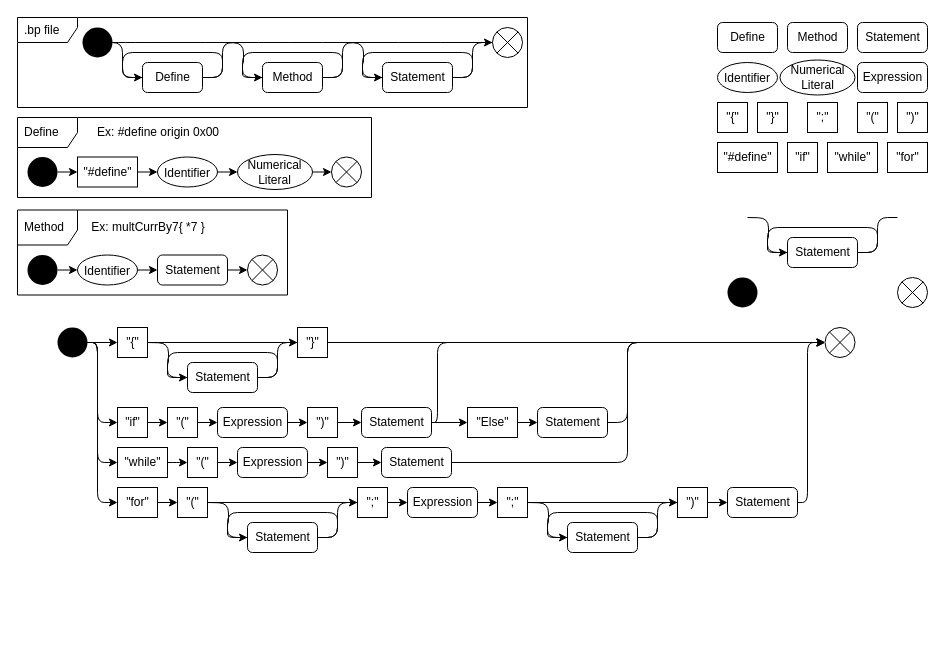
Before: AST_design.drawio in tjl4709/brainplus, a draw.io diagram. Source tidied: cells renumbered, new cells numbered last; positions are measured from the earlier drawing's top-left corner, leaving out a move shared by most shapes. Both pictures are drawn from the tidied source at 100%, with x=0, y=0 at pixel (17, 17).
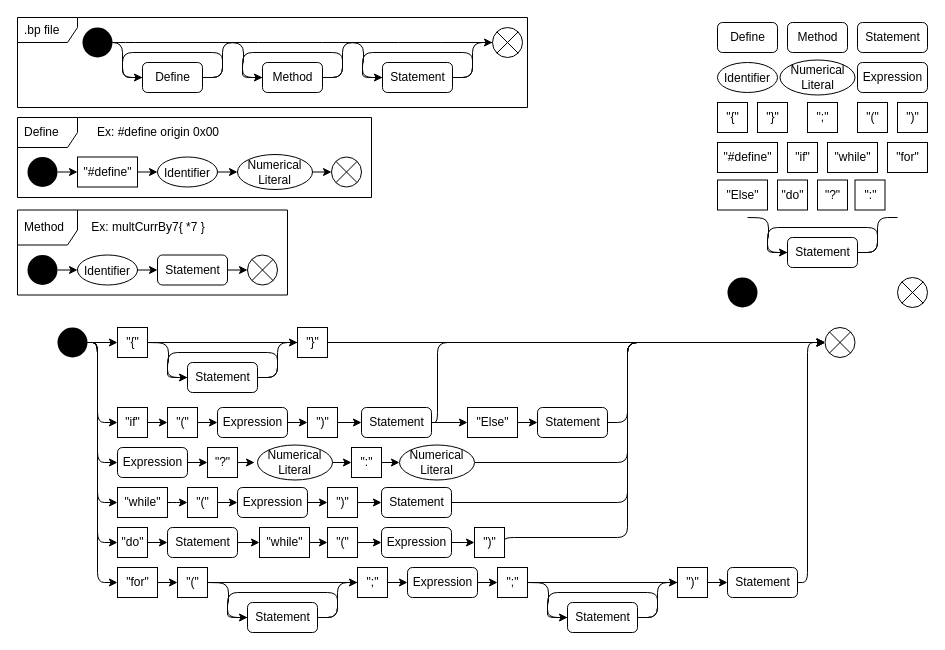
The same page after the edit.

The change refers to these unchanged cells:
```xml
<mxCell id="67" style="ellipse;fillColor=#000000;strokeColor=none;" parent="1" vertex="1">
  <mxGeometry x="40" y="310" width="30" height="30" as="geometry" />
</mxCell>
<mxCell id="68" style="shape=sumEllipse;perimeter=ellipsePerimeter;whiteSpace=wrap;html=1;backgroundOutline=1;" parent="1" vertex="1">
  <mxGeometry x="807.5" y="310" width="30" height="30" as="geometry" />
</mxCell>
<mxCell id="103" value="&quot;while&quot;" style="text;html=1;align=center;verticalAlign=middle;dashed=0;fillColor=#ffffff;strokeColor=#000000;" parent="96" vertex="1">
  <mxGeometry width="50" height="30" as="geometry" />
</mxCell>
<mxCell id="104" value="Statement" style="html=1;align=center;verticalAlign=middle;rounded=1;absoluteArcSize=1;arcSize=10;dashed=0;" parent="96" vertex="1">
  <mxGeometry x="264" width="70" height="30" as="geometry" />
</mxCell>
```

Change to the diagram source:
```diff
@@
     <mxCell id="65" style="edgeStyle=orthogonalEdgeStyle;rounded=1;jettySize=auto;html=1;exitX=1;exitY=0.5;exitDx=0;exitDy=0;entryX=0;entryY=0.5;entryDx=0;entryDy=0;endArrow=classic;endFill=1;" parent="1" edge="1" source="67" target="103">
       <mxGeometry relative="1" as="geometry">
         <Array as="points">
           <mxPoint x="80" y="325" />
-          <mxPoint x="80" y="445" />
+          <mxPoint x="80" y="485" />
         </Array>
       </mxGeometry>
     </mxCell>
     <mxCell id="66" style="edgeStyle=orthogonalEdgeStyle;rounded=1;jettySize=auto;html=1;exitX=1;exitY=0.5;exitDx=0;exitDy=0;entryX=0;entryY=0.5;entryDx=0;entryDy=0;endArrow=classic;endFill=1;" parent="1" edge="1" source="67" target="117">
       <mxGeometry relative="1" as="geometry">
         <Array as="points">
           <mxPoint x="80" y="325" />
-          <mxPoint x="80" y="485" />
+          <mxPoint x="80" y="565" />
         </Array>
       </mxGeometry>
     </mxCell>
+    <mxCell id="135" style="edgeStyle=orthogonalEdgeStyle;rounded=1;jettySize=auto;html=1;exitX=1;exitY=0.5;exitDx=0;exitDy=0;entryX=0;entryY=0.5;entryDx=0;entryDy=0;endArrow=classic;endFill=1;" parent="1" edge="1" source="67" target="154">
+      <mxGeometry relative="1" as="geometry">
+        <Array as="points">
+          <mxPoint x="80" y="325" />
+          <mxPoint x="80" y="525" />
+        </Array>
+      </mxGeometry>
+    </mxCell>
+    <mxCell id="136" style="edgeStyle=orthogonalEdgeStyle;rounded=1;jettySize=auto;html=1;exitX=1;exitY=0.5;exitDx=0;exitDy=0;entryX=0;entryY=0.5;entryDx=0;entryDy=0;endArrow=classic;endFill=1;" parent="1" edge="1" source="67" target="157">
+      <mxGeometry relative="1" as="geometry">
+        <Array as="points">
+          <mxPoint x="80" y="325" />
+          <mxPoint x="80" y="445" />
+        </Array>
+      </mxGeometry>
+    </mxCell>
@@
     <mxCell id="70" style="edgeStyle=orthogonalEdgeStyle;rounded=1;jettySize=auto;html=1;exitX=1;exitY=0.5;exitDx=0;exitDy=0;entryX=0;entryY=0.5;entryDx=0;entryDy=0;endArrow=classic;endFill=1;" parent="1" edge="1" source="104" target="68">
       <mxGeometry relative="1" as="geometry">
         <Array as="points">
-          <mxPoint x="610" y="445" />
+          <mxPoint x="610" y="485" />
           <mxPoint x="610" y="325" />
         </Array>
       </mxGeometry>
     </mxCell>
@@
     <mxCell id="96" style="group;" parent="1" vertex="1">
-      <mxGeometry x="100" y="430" width="334" height="30" as="geometry" />
+      <mxGeometry x="100" y="470" width="334" height="30" as="geometry" />
     </mxCell>
@@
-    <mxCell id="106" style="edgeStyle=orthogonalEdgeStyle;rounded=1;jettySize=auto;html=1;exitX=1;exitY=0.5;exitDx=0;exitDy=0;entryX=0;entryY=0.5;entryDx=0;entryDy=0;endArrow=classic;endFill=1;" parent="1" edge="1" source="107" target="129">
-      <mxGeometry relative="1" as="geometry" />
-    </mxCell>
+    <mxCell id="108" style="edgeStyle=orthogonalEdgeStyle;rounded=1;jettySize=auto;html=1;exitX=1;exitY=0.5;exitDx=0;exitDy=0;entryX=0;entryY=0.5;entryDx=0;entryDy=0;endArrow=classic;endFill=1;" parent="1" edge="1" source="109" target="68">
+      <mxGeometry relative="1" as="geometry">
+        <Array as="points">
+          <mxPoint x="790" y="565" />
+          <mxPoint x="790" y="325" />
+        </Array>
+      </mxGeometry>
+    </mxCell>
+    <mxCell id="118" style="group;" parent="1" vertex="1">
+      <mxGeometry x="730" y="200" width="130" height="50" as="geometry" />
+    </mxCell>
+    <mxCell id="119" style="edgeStyle=orthogonalEdgeStyle;jettySize=auto;html=1;exitX=1;exitY=0.5;exitDx=0;exitDy=0;entryX=0;entryY=0.5;entryDx=0;entryDy=0;rounded=1;" parent="118" edge="1" target="121">
+      <mxGeometry relative="1" as="geometry">
+        <mxPoint as="sourcePoint" />
+      </mxGeometry>
+    </mxCell>
+    <mxCell id="120" style="edgeStyle=orthogonalEdgeStyle;jettySize=auto;html=1;exitX=1;exitY=0.5;exitDx=0;exitDy=0;endArrow=none;endFill=0;rounded=1;" parent="118" edge="1" source="121">
+      <mxGeometry relative="1" as="geometry">
+        <mxPoint x="150" as="targetPoint" />
+        <Array as="points">
+          <mxPoint x="130" y="35" />
+          <mxPoint x="130" />
+        </Array>
+      </mxGeometry>
+    </mxCell>
+    <mxCell id="121" value="Statement" style="html=1;align=center;verticalAlign=middle;rounded=1;absoluteArcSize=1;arcSize=10;dashed=0;" parent="118" vertex="1">
+      <mxGeometry x="40" y="20" width="70" height="30" as="geometry" />
+    </mxCell>
+    <mxCell id="122" style="edgeStyle=orthogonalEdgeStyle;orthogonalLoop=1;jettySize=auto;html=1;exitX=1;exitY=0.5;exitDx=0;exitDy=0;entryX=0;entryY=0.5;entryDx=0;entryDy=0;endArrow=none;endFill=0;rounded=1;" parent="118" edge="1" source="121" target="121">
+      <mxGeometry relative="1" as="geometry">
+        <Array as="points">
+          <mxPoint x="130" y="35" />
+          <mxPoint x="130" y="10" />
+          <mxPoint x="20" y="10" />
+          <mxPoint x="20" y="35" />
+        </Array>
+      </mxGeometry>
+    </mxCell>
+    <mxCell id="137" style="group;" parent="1" vertex="1">
+      <mxGeometry x="100" y="550" width="680" height="65" as="geometry" />
+    </mxCell>
-    <mxCell id="107" value="Expression" style="html=1;align=center;verticalAlign=middle;rounded=1;absoluteArcSize=1;arcSize=10;dashed=0;" parent="1" vertex="1">
-      <mxGeometry x="390" y="470" width="70" height="30" as="geometry" />
+    <mxCell id="107" value="Expression" style="html=1;align=center;verticalAlign=middle;rounded=1;absoluteArcSize=1;arcSize=10;dashed=0;" parent="137" vertex="1">
+      <mxGeometry x="290" width="70" height="30" as="geometry" />
     </mxCell>
-    <mxCell id="108" style="edgeStyle=orthogonalEdgeStyle;rounded=1;jettySize=auto;html=1;exitX=1;exitY=0.5;exitDx=0;exitDy=0;entryX=0;entryY=0.5;entryDx=0;entryDy=0;endArrow=classic;endFill=1;" parent="1" edge="1" source="109" target="68">
-      <mxGeometry relative="1" as="geometry">
-        <Array as="points">
-          <mxPoint x="790" y="485" />
-          <mxPoint x="790" y="325" />
-        </Array>
-      </mxGeometry>
-    </mxCell>
-    <mxCell id="109" value="Statement" style="html=1;align=center;verticalAlign=middle;rounded=1;absoluteArcSize=1;arcSize=10;dashed=0;" parent="1" vertex="1">
-      <mxGeometry x="710" y="470" width="70" height="30" as="geometry" />
+    <mxCell id="109" value="Statement" style="html=1;align=center;verticalAlign=middle;rounded=1;absoluteArcSize=1;arcSize=10;dashed=0;" parent="137" vertex="1">
+      <mxGeometry x="610" width="70" height="30" as="geometry" />
     </mxCell>
-    <mxCell id="110" style="edgeStyle=orthogonalEdgeStyle;rounded=1;jettySize=auto;html=1;exitX=1;exitY=0.5;exitDx=0;exitDy=0;entryX=0;entryY=0.5;entryDx=0;entryDy=0;endArrow=classic;endFill=1;" parent="1" edge="1" source="111" target="115">
-      <mxGeometry relative="1" as="geometry" />
-    </mxCell>
-    <mxCell id="111" value="&quot;(&quot;" style="text;html=1;align=center;verticalAlign=middle;dashed=0;fillColor=#ffffff;strokeColor=#000000;" parent="1" vertex="1">
-      <mxGeometry x="160" y="470" width="30" height="30" as="geometry" />
+    <mxCell id="111" value="&quot;(&quot;" style="text;html=1;align=center;verticalAlign=middle;dashed=0;fillColor=#ffffff;strokeColor=#000000;" parent="137" vertex="1">
+      <mxGeometry x="60" width="30" height="30" as="geometry" />
     </mxCell>
-    <mxCell id="112" style="edgeStyle=orthogonalEdgeStyle;rounded=1;jettySize=auto;html=1;exitX=1;exitY=0.5;exitDx=0;exitDy=0;entryX=0;entryY=0.5;entryDx=0;entryDy=0;endArrow=classic;endFill=1;" parent="1" edge="1" source="113" target="109">
+    <mxCell id="112" style="edgeStyle=orthogonalEdgeStyle;rounded=1;jettySize=auto;html=1;exitX=1;exitY=0.5;exitDx=0;exitDy=0;entryX=0;entryY=0.5;entryDx=0;entryDy=0;endArrow=classic;endFill=1;" parent="137" edge="1" source="113" target="109">
       <mxGeometry relative="1" as="geometry" />
     </mxCell>
-    <mxCell id="113" value="&quot;)&quot;" style="text;html=1;align=center;verticalAlign=middle;dashed=0;fillColor=#ffffff;strokeColor=#000000;" parent="1" vertex="1">
-      <mxGeometry x="660" y="470" width="30" height="30" as="geometry" />
+    <mxCell id="113" value="&quot;)&quot;" style="text;html=1;align=center;verticalAlign=middle;dashed=0;fillColor=#ffffff;strokeColor=#000000;" parent="137" vertex="1">
+      <mxGeometry x="560" width="30" height="30" as="geometry" />
     </mxCell>
-    <mxCell id="114" style="edgeStyle=orthogonalEdgeStyle;rounded=1;jettySize=auto;html=1;exitX=1;exitY=0.5;exitDx=0;exitDy=0;entryX=0;entryY=0.5;entryDx=0;entryDy=0;endArrow=classic;endFill=1;" parent="1" edge="1" source="115" target="107">
+    <mxCell id="114" style="edgeStyle=orthogonalEdgeStyle;rounded=1;jettySize=auto;html=1;exitX=1;exitY=0.5;exitDx=0;exitDy=0;entryX=0;entryY=0.5;entryDx=0;entryDy=0;endArrow=classic;endFill=1;" parent="137" edge="1" source="115" target="107">
       <mxGeometry relative="1" as="geometry" />
     </mxCell>
-    <mxCell id="115" value="&quot;;&quot;" style="text;html=1;align=center;verticalAlign=middle;dashed=0;fillColor=#ffffff;strokeColor=#000000;" parent="1" vertex="1">
-      <mxGeometry x="340" y="470" width="30" height="30" as="geometry" />
+    <mxCell id="115" value="&quot;;&quot;" style="text;html=1;align=center;verticalAlign=middle;dashed=0;fillColor=#ffffff;strokeColor=#000000;" parent="137" vertex="1">
+      <mxGeometry x="240" width="30" height="30" as="geometry" />
     </mxCell>
+    <mxCell id="110" style="edgeStyle=orthogonalEdgeStyle;rounded=1;jettySize=auto;html=1;exitX=1;exitY=0.5;exitDx=0;exitDy=0;entryX=0;entryY=0.5;entryDx=0;entryDy=0;endArrow=classic;endFill=1;" parent="137" edge="1" source="111" target="115">
+      <mxGeometry relative="1" as="geometry" />
+    </mxCell>
-    <mxCell id="116" style="edgeStyle=orthogonalEdgeStyle;rounded=1;jettySize=auto;html=1;exitX=1;exitY=0.5;exitDx=0;exitDy=0;entryX=0;entryY=0.5;entryDx=0;entryDy=0;endArrow=classic;endFill=1;" parent="1" edge="1" source="117" target="111">
+    <mxCell id="116" style="edgeStyle=orthogonalEdgeStyle;rounded=1;jettySize=auto;html=1;exitX=1;exitY=0.5;exitDx=0;exitDy=0;entryX=0;entryY=0.5;entryDx=0;entryDy=0;endArrow=classic;endFill=1;" parent="137" edge="1" source="117" target="111">
       <mxGeometry relative="1" as="geometry" />
     </mxCell>
-    <mxCell id="117" value="&quot;for&quot;" style="text;html=1;align=center;verticalAlign=middle;dashed=0;fillColor=#ffffff;strokeColor=#000000;" parent="1" vertex="1">
-      <mxGeometry x="100" y="470" width="40" height="30" as="geometry" />
+    <mxCell id="117" value="&quot;for&quot;" style="text;html=1;align=center;verticalAlign=middle;dashed=0;fillColor=#ffffff;strokeColor=#000000;" parent="137" vertex="1">
+      <mxGeometry width="40" height="30" as="geometry" />
     </mxCell>
-    <mxCell id="118" style="group;" parent="1" vertex="1">
-      <mxGeometry x="730" y="200" width="130" height="50" as="geometry" />
-    </mxCell>
-    <mxCell id="119" style="edgeStyle=orthogonalEdgeStyle;jettySize=auto;html=1;exitX=1;exitY=0.5;exitDx=0;exitDy=0;entryX=0;entryY=0.5;entryDx=0;entryDy=0;rounded=1;" parent="118" edge="1" target="121">
-      <mxGeometry relative="1" as="geometry">
-        <mxPoint as="sourcePoint" />
-      </mxGeometry>
-    </mxCell>
-    <mxCell id="120" style="edgeStyle=orthogonalEdgeStyle;jettySize=auto;html=1;exitX=1;exitY=0.5;exitDx=0;exitDy=0;endArrow=none;endFill=0;rounded=1;" parent="118" edge="1" source="121">
-      <mxGeometry relative="1" as="geometry">
-        <mxPoint x="150" as="targetPoint" />
-        <Array as="points">
-          <mxPoint x="130" y="35" />
-          <mxPoint x="130" />
-        </Array>
-      </mxGeometry>
-    </mxCell>
-    <mxCell id="121" value="Statement" style="html=1;align=center;verticalAlign=middle;rounded=1;absoluteArcSize=1;arcSize=10;dashed=0;" parent="118" vertex="1">
-      <mxGeometry x="40" y="20" width="70" height="30" as="geometry" />
-    </mxCell>
-    <mxCell id="122" style="edgeStyle=orthogonalEdgeStyle;orthogonalLoop=1;jettySize=auto;html=1;exitX=1;exitY=0.5;exitDx=0;exitDy=0;entryX=0;entryY=0.5;entryDx=0;entryDy=0;endArrow=none;endFill=0;rounded=1;" parent="118" edge="1" source="121" target="121">
-      <mxGeometry relative="1" as="geometry">
-        <Array as="points">
-          <mxPoint x="130" y="35" />
-          <mxPoint x="130" y="10" />
-          <mxPoint x="20" y="10" />
-          <mxPoint x="20" y="35" />
-        </Array>
-      </mxGeometry>
-    </mxCell>
-    <mxCell id="123" style="group;" parent="1" vertex="1">
-      <mxGeometry x="190" y="485" width="130" height="50" as="geometry" />
+    <mxCell id="123" style="group;" parent="137" vertex="1">
+      <mxGeometry x="90" y="15" width="130" height="50" as="geometry" />
     </mxCell>
@@
-    <mxCell id="128" style="edgeStyle=orthogonalEdgeStyle;rounded=1;jettySize=auto;html=1;exitX=1;exitY=0.5;exitDx=0;exitDy=0;entryX=0;entryY=0.5;entryDx=0;entryDy=0;endArrow=classic;endFill=1;" parent="1" edge="1" source="129" target="113">
+    <mxCell id="128" style="edgeStyle=orthogonalEdgeStyle;rounded=1;jettySize=auto;html=1;exitX=1;exitY=0.5;exitDx=0;exitDy=0;entryX=0;entryY=0.5;entryDx=0;entryDy=0;endArrow=classic;endFill=1;" parent="137" edge="1" source="129" target="113">
       <mxGeometry relative="1" as="geometry" />
     </mxCell>
-    <mxCell id="129" value="&quot;;&quot;" style="text;html=1;align=center;verticalAlign=middle;dashed=0;fillColor=#ffffff;strokeColor=#000000;" parent="1" vertex="1">
-      <mxGeometry x="480" y="470" width="30" height="30" as="geometry" />
+    <mxCell id="129" value="&quot;;&quot;" style="text;html=1;align=center;verticalAlign=middle;dashed=0;fillColor=#ffffff;strokeColor=#000000;" parent="137" vertex="1">
+      <mxGeometry x="380" width="30" height="30" as="geometry" />
     </mxCell>
+    <mxCell id="106" style="edgeStyle=orthogonalEdgeStyle;rounded=1;jettySize=auto;html=1;exitX=1;exitY=0.5;exitDx=0;exitDy=0;entryX=0;entryY=0.5;entryDx=0;entryDy=0;endArrow=classic;endFill=1;" parent="137" edge="1" source="107" target="129">
+      <mxGeometry relative="1" as="geometry" />
+    </mxCell>
-    <mxCell id="130" style="group;" parent="1" vertex="1">
-      <mxGeometry x="510" y="485" width="130" height="50" as="geometry" />
+    <mxCell id="130" style="group;" parent="137" vertex="1">
+      <mxGeometry x="410" y="15" width="130" height="50" as="geometry" />
     </mxCell>
@@
+    <mxCell id="138" value="&quot;Else&quot;" style="text;html=1;align=center;verticalAlign=middle;dashed=0;fillColor=#ffffff;strokeColor=#000000;" parent="1" vertex="1">
+      <mxGeometry x="700" y="162.5" width="50" height="30" as="geometry" />
+    </mxCell>
+    <mxCell id="139" value="&quot;do&quot;" style="text;html=1;align=center;verticalAlign=middle;dashed=0;fillColor=#ffffff;strokeColor=#000000;" parent="1" vertex="1">
+      <mxGeometry x="760" y="162.5" width="30" height="30" as="geometry" />
+    </mxCell>
+    <mxCell id="140" value="&quot;?&quot;" style="text;html=1;align=center;verticalAlign=middle;dashed=0;fillColor=#ffffff;strokeColor=#000000;" parent="1" vertex="1">
+      <mxGeometry x="800" y="162.5" width="30" height="30" as="geometry" />
+    </mxCell>
+    <mxCell id="141" value="&quot;:&quot;" style="text;html=1;align=center;verticalAlign=middle;dashed=0;fillColor=#ffffff;strokeColor=#000000;" parent="1" vertex="1">
+      <mxGeometry x="837.5" y="162.5" width="30" height="30" as="geometry" />
+    </mxCell>
+    <mxCell id="142" style="edgeStyle=orthogonalEdgeStyle;rounded=1;jettySize=auto;html=1;exitX=1;exitY=0.5;exitDx=0;exitDy=0;entryX=0;entryY=0.5;entryDx=0;entryDy=0;endArrow=classic;endFill=1;" parent="1" edge="1" source="148" target="68">
+      <mxGeometry relative="1" as="geometry">
+        <Array as="points">
+          <mxPoint x="487" y="520" />
+          <mxPoint x="610" y="520" />
+          <mxPoint x="610" y="325" />
+        </Array>
+      </mxGeometry>
+    </mxCell>
+    <mxCell id="143" style="group;" parent="1" vertex="1">
+      <mxGeometry x="100" y="510" width="387" height="30" as="geometry" />
+    </mxCell>
+    <mxCell id="144" value="Expression" style="html=1;align=center;verticalAlign=middle;rounded=1;absoluteArcSize=1;arcSize=10;dashed=0;" parent="143" vertex="1">
+      <mxGeometry x="264" width="70" height="30" as="geometry" />
+    </mxCell>
+    <mxCell id="145" value="Statement" style="html=1;align=center;verticalAlign=middle;rounded=1;absoluteArcSize=1;arcSize=10;dashed=0;" parent="143" vertex="1">
+      <mxGeometry x="50" width="70" height="30" as="geometry" />
+    </mxCell>
+    <mxCell id="146" style="edgeStyle=orthogonalEdgeStyle;rounded=1;jettySize=auto;html=1;exitX=1;exitY=0.5;exitDx=0;exitDy=0;entryX=0;entryY=0.5;entryDx=0;entryDy=0;endArrow=classic;endFill=1;" parent="143" edge="1" source="147" target="144">
+      <mxGeometry relative="1" as="geometry" />
+    </mxCell>
+    <mxCell id="147" value="&quot;(&quot;" style="text;html=1;align=center;verticalAlign=middle;dashed=0;fillColor=#ffffff;strokeColor=#000000;" parent="143" vertex="1">
+      <mxGeometry x="210" width="30" height="30" as="geometry" />
+    </mxCell>
+    <mxCell id="148" value="&quot;)&quot;" style="text;html=1;align=center;verticalAlign=middle;dashed=0;fillColor=#ffffff;strokeColor=#000000;" parent="143" vertex="1">
+      <mxGeometry x="357" width="30" height="30" as="geometry" />
+    </mxCell>
+    <mxCell id="149" style="edgeStyle=orthogonalEdgeStyle;rounded=1;jettySize=auto;html=1;exitX=1;exitY=0.5;exitDx=0;exitDy=0;entryX=0;entryY=0.5;entryDx=0;entryDy=0;endArrow=classic;endFill=1;" parent="143" edge="1" source="144" target="148">
+      <mxGeometry relative="1" as="geometry" />
+    </mxCell>
+    <mxCell id="150" style="edgeStyle=orthogonalEdgeStyle;rounded=1;jettySize=auto;html=1;exitX=1;exitY=0.5;exitDx=0;exitDy=0;entryX=0;entryY=0.5;entryDx=0;entryDy=0;endArrow=classic;endFill=1;" parent="143" edge="1" source="151" target="147">
+      <mxGeometry relative="1" as="geometry" />
+    </mxCell>
+    <mxCell id="151" value="&quot;while&quot;" style="text;html=1;align=center;verticalAlign=middle;dashed=0;fillColor=#ffffff;strokeColor=#000000;" parent="143" vertex="1">
+      <mxGeometry x="142" width="50" height="30" as="geometry" />
+    </mxCell>
+    <mxCell id="152" style="edgeStyle=orthogonalEdgeStyle;rounded=1;jettySize=auto;html=1;exitX=1;exitY=0.5;exitDx=0;exitDy=0;entryX=0;entryY=0.5;entryDx=0;entryDy=0;endArrow=classic;endFill=1;" parent="143" edge="1" source="145" target="151">
+      <mxGeometry relative="1" as="geometry" />
+    </mxCell>
+    <mxCell id="153" style="edgeStyle=orthogonalEdgeStyle;rounded=1;jettySize=auto;html=1;exitX=1;exitY=0.5;exitDx=0;exitDy=0;entryX=0;entryY=0.5;entryDx=0;entryDy=0;endArrow=classic;endFill=1;" parent="143" edge="1" source="154" target="145">
+      <mxGeometry relative="1" as="geometry" />
+    </mxCell>
+    <mxCell id="154" value="&quot;do&quot;" style="text;html=1;align=center;verticalAlign=middle;dashed=0;fillColor=#ffffff;strokeColor=#000000;" parent="143" vertex="1">
+      <mxGeometry width="30" height="30" as="geometry" />
+    </mxCell>
+    <mxCell id="155" style="edgeStyle=orthogonalEdgeStyle;rounded=1;jettySize=auto;html=1;exitX=1;exitY=0.5;exitDx=0;exitDy=0;entryX=0;entryY=0.5;entryDx=0;entryDy=0;endArrow=classic;endFill=1;" parent="1" edge="1" source="164" target="68">
+      <mxGeometry relative="1" as="geometry">
+        <Array as="points">
+          <mxPoint x="610" y="445" />
+          <mxPoint x="610" y="325" />
+        </Array>
+      </mxGeometry>
+    </mxCell>
+    <mxCell id="156" style="group;" parent="1" vertex="1">
+      <mxGeometry x="100" y="427.5" width="357" height="35" as="geometry" />
+    </mxCell>
+    <mxCell id="157" value="Expression" style="html=1;align=center;verticalAlign=middle;rounded=1;absoluteArcSize=1;arcSize=10;dashed=0;" parent="156" vertex="1">
+      <mxGeometry y="2.5" width="70" height="30" as="geometry" />
+    </mxCell>
+    <mxCell id="158" value="Numerical Literal" style="ellipse;whiteSpace=wrap;" parent="156" vertex="1">
+      <mxGeometry x="140" width="75" height="35" as="geometry" />
+    </mxCell>
+    <mxCell id="159" style="edgeStyle=orthogonalEdgeStyle;rounded=1;jettySize=auto;html=1;exitX=1;exitY=0.5;exitDx=0;exitDy=0;entryX=-0.039;entryY=0.5;entryDx=0;entryDy=0;entryPerimeter=0;endArrow=classic;endFill=1;" parent="156" edge="1" source="160" target="158">
+      <mxGeometry relative="1" as="geometry" />
+    </mxCell>
+    <mxCell id="160" value="&quot;?&quot;" style="text;html=1;align=center;verticalAlign=middle;dashed=0;fillColor=#ffffff;strokeColor=#000000;" parent="156" vertex="1">
+      <mxGeometry x="90" y="2.5" width="30" height="30" as="geometry" />
+    </mxCell>
+    <mxCell id="161" style="edgeStyle=orthogonalEdgeStyle;rounded=1;jettySize=auto;html=1;exitX=1;exitY=0.5;exitDx=0;exitDy=0;entryX=0;entryY=0.5;entryDx=0;entryDy=0;endArrow=classic;endFill=1;" parent="156" edge="1" source="157" target="160">
+      <mxGeometry relative="1" as="geometry" />
+    </mxCell>
+    <mxCell id="162" value="&quot;:&quot;" style="text;html=1;align=center;verticalAlign=middle;dashed=0;fillColor=#ffffff;strokeColor=#000000;" parent="156" vertex="1">
+      <mxGeometry x="234" y="2.5" width="30" height="30" as="geometry" />
+    </mxCell>
+    <mxCell id="163" style="edgeStyle=orthogonalEdgeStyle;rounded=1;jettySize=auto;html=1;exitX=1;exitY=0.5;exitDx=0;exitDy=0;entryX=0;entryY=0.5;entryDx=0;entryDy=0;endArrow=classic;endFill=1;" parent="156" edge="1" source="158" target="162">
+      <mxGeometry relative="1" as="geometry" />
+    </mxCell>
+    <mxCell id="164" value="Numerical Literal" style="ellipse;whiteSpace=wrap;" parent="156" vertex="1">
+      <mxGeometry x="282" width="75" height="35" as="geometry" />
+    </mxCell>
+    <mxCell id="165" style="edgeStyle=orthogonalEdgeStyle;rounded=1;jettySize=auto;html=1;exitX=1;exitY=0.5;exitDx=0;exitDy=0;entryX=0;entryY=0.5;entryDx=0;entryDy=0;endArrow=classic;endFill=1;" parent="156" edge="1" source="162" target="164">
+      <mxGeometry relative="1" as="geometry" />
+    </mxCell>
```
